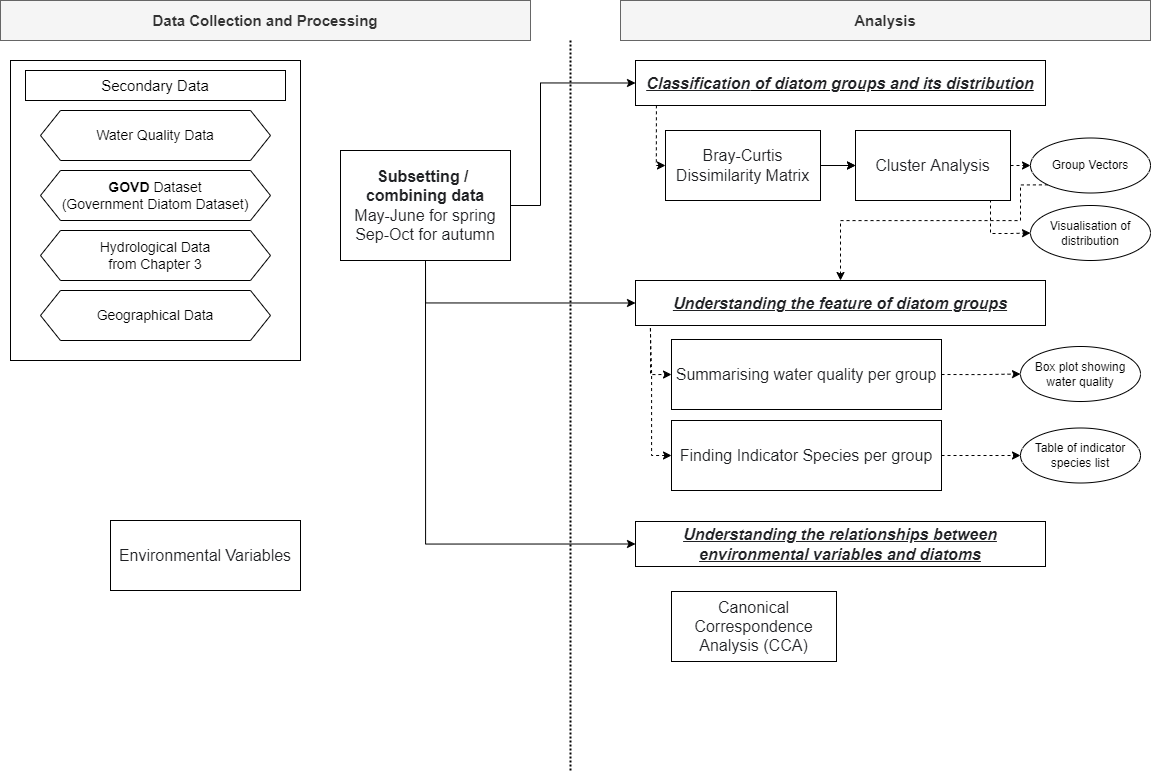
Earlier version of the draw.io export Chapter6_Flowchart.png (muyeoljung/PhD_Studyarea). Source tidied: cells renumbered, new cells last; positions are measured from the earlier drawing's top-left corner, leaving out a move shared by most shapes.
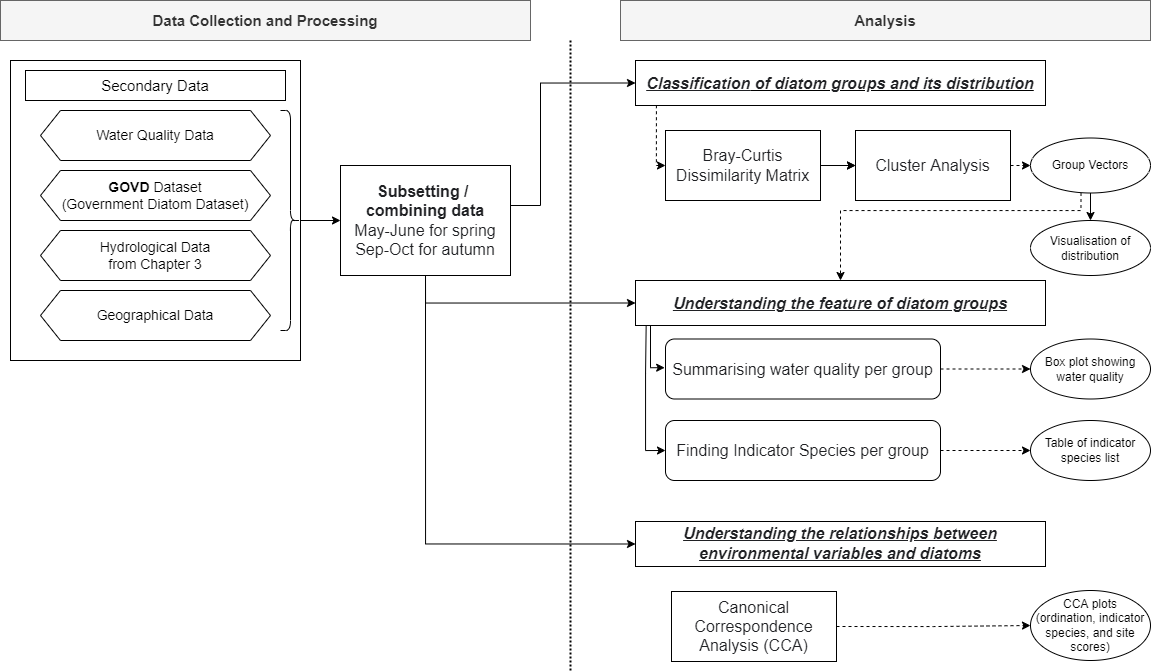
Later version of the same file.

Diff of the diagram source:
```diff
@@ -23,15 +23,6 @@
     <mxCell id="8" style="edgeStyle=orthogonalEdgeStyle;rounded=0;jettySize=auto;html=1;exitX=1;exitY=0.5;exitDx=0;exitDy=0;entryX=0;entryY=0.5;entryDx=0;entryDy=0;dashed=1;startArrow=none;startFill=0;endArrow=classic;endFill=1;" parent="1" edge="1" source="10" target="34">
       <mxGeometry relative="1" as="geometry" />
     </mxCell>
-    <mxCell id="9" style="edgeStyle=orthogonalEdgeStyle;rounded=0;jettySize=auto;html=1;exitX=1;exitY=0.5;exitDx=0;exitDy=0;entryX=0;entryY=0.5;entryDx=0;entryDy=0;dashed=1;startArrow=none;startFill=0;endArrow=classic;endFill=1;" parent="1" edge="1" source="10" target="35">
-      <mxGeometry relative="1" as="geometry">
-        <Array as="points">
-          <mxPoint x="990" y="165" />
-          <mxPoint x="990" y="233" />
-          <mxPoint x="1010" y="233" />
-        </Array>
-      </mxGeometry>
-    </mxCell>
     <mxCell id="10" value="&lt;font color=&quot;#202124&quot; face=&quot;apple sd gothic neo, arial, sans-serif&quot;&gt;&lt;span style=&quot;font-size: 16px ; background-color: rgb(255 , 255 , 255)&quot;&gt;Cluster Analysis&lt;/span&gt;&lt;/font&gt;" style="rounded=0;whiteSpace=wrap;html=1;" parent="1" vertex="1">
       <mxGeometry x="855" y="130" width="155" height="70" as="geometry" />
     </mxCell>
@@ -39,8 +30,11 @@
       <mxGeometry width="530" height="40" as="geometry" />
     </mxCell>
     <mxCell id="12" style="line;strokeWidth=2;direction=south;html=1;dashed=1;dashPattern=1 1;" parent="1" vertex="1">
-      <mxGeometry x="565" y="40" width="10" height="730" as="geometry" />
+      <mxGeometry x="565" y="40" width="10" height="630" as="geometry" />
     </mxCell>
+    <mxCell id="38" style="edgeStyle=orthogonalEdgeStyle;rounded=0;jettySize=auto;html=1;exitX=1;exitY=0.5;exitDx=0;exitDy=0;entryX=0;entryY=0.5;entryDx=0;entryDy=0;dashed=1;startArrow=none;startFill=0;endArrow=classic;endFill=1;" parent="1" edge="1" source="13" target="41">
+      <mxGeometry relative="1" as="geometry" />
+    </mxCell>
     <mxCell id="13" value="&lt;font color=&quot;#202124&quot; face=&quot;apple sd gothic neo, arial, sans-serif&quot;&gt;&lt;span style=&quot;font-size: 16px ; background-color: rgb(255 , 255 , 255)&quot;&gt;Canonical Correspondence Analysis (CCA)&lt;/span&gt;&lt;/font&gt;" style="rounded=0;whiteSpace=wrap;html=1;align=center;" parent="1" vertex="1">
       <mxGeometry x="671" y="591" width="165" height="70" as="geometry" />
     </mxCell>
@@ -60,41 +54,15 @@
     <mxCell id="17" value="&lt;span style=&quot;color: rgb(32 , 33 , 36) ; font-family: &amp;#34;apple sd gothic neo&amp;#34; , &amp;#34;arial&amp;#34; , sans-serif ; font-size: 16px ; background-color: rgb(255 , 255 , 255)&quot;&gt;Bray-Curtis Dissimilarity Matrix&lt;/span&gt;" style="rounded=0;whiteSpace=wrap;html=1;" parent="1" vertex="1">
       <mxGeometry x="665" y="130" width="155" height="70" as="geometry" />
     </mxCell>
-    <mxCell id="18" value="&lt;font color=&quot;#202124&quot; face=&quot;apple sd gothic neo, arial, sans-serif&quot;&gt;&lt;span style=&quot;background-color: rgb(255 , 255 , 255)&quot;&gt;&lt;span style=&quot;font-size: 16px&quot;&gt;Environmental&amp;nbsp;Variables&lt;/span&gt;&lt;/span&gt;&lt;/font&gt;" style="rounded=0;whiteSpace=wrap;html=1;" parent="1" vertex="1">
-      <mxGeometry x="110" y="520" width="190" height="70" as="geometry" />
-    </mxCell>
     <mxCell id="19" value="&lt;font color=&quot;#202124&quot; face=&quot;apple sd gothic neo, arial, sans-serif&quot;&gt;&lt;span style=&quot;font-size: 16px&quot;&gt;Classification&lt;/span&gt;&lt;/font&gt;&lt;span style=&quot;background-color: rgb(255 , 255 , 255) ; font-size: 16px ; color: rgb(32 , 33 , 36) ; font-family: &amp;quot;apple sd gothic neo&amp;quot; , &amp;quot;arial&amp;quot; , sans-serif&quot;&gt;&amp;nbsp;of diatom groups and its distribution&lt;/span&gt;&lt;font color=&quot;#202124&quot; face=&quot;apple sd gothic neo, arial, sans-serif&quot;&gt;&lt;span style=&quot;font-size: 16px&quot;&gt;&lt;br&gt;&lt;/span&gt;&lt;/font&gt;" style="rounded=0;whiteSpace=wrap;html=1;align=center;fontStyle=7;" parent="1" vertex="1">
       <mxGeometry x="635" y="60" width="410" height="45" as="geometry" />
     </mxCell>
-    <mxCell id="20" style="edgeStyle=orthogonalEdgeStyle;rounded=0;jettySize=auto;html=1;exitX=0;exitY=1;exitDx=0;exitDy=0;entryX=0;entryY=0.5;entryDx=0;entryDy=0;dashed=1;" parent="1" edge="1" source="21" target="24">
-      <mxGeometry relative="1" as="geometry">
-        <Array as="points">
-          <mxPoint x="650" y="325" />
-          <mxPoint x="650" y="374" />
-        </Array>
-      </mxGeometry>
-    </mxCell>
     <mxCell id="21" value="&lt;font color=&quot;#202124&quot; face=&quot;apple sd gothic neo, arial, sans-serif&quot;&gt;&lt;span style=&quot;font-size: 16px&quot;&gt;Understanding the feature of diatom groups&lt;br&gt;&lt;/span&gt;&lt;/font&gt;" style="rounded=0;whiteSpace=wrap;html=1;align=center;fontStyle=7;" parent="1" vertex="1">
       <mxGeometry x="635" y="280" width="410" height="45" as="geometry" />
     </mxCell>
     <mxCell id="22" value="&lt;font color=&quot;#202124&quot; face=&quot;apple sd gothic neo, arial, sans-serif&quot;&gt;&lt;span style=&quot;font-size: 16px&quot;&gt;Understanding the relationships between environmental&amp;nbsp;variables and diatoms&lt;/span&gt;&lt;br&gt;&lt;/font&gt;" style="rounded=0;whiteSpace=wrap;html=1;align=center;fontStyle=7;" parent="1" vertex="1">
       <mxGeometry x="635" y="521" width="410" height="45" as="geometry" />
     </mxCell>
-    <mxCell id="23" style="edgeStyle=orthogonalEdgeStyle;rounded=0;jettySize=auto;html=1;exitX=1;exitY=0.5;exitDx=0;exitDy=0;dashed=1;startArrow=none;startFill=0;endArrow=classic;endFill=1;entryX=0;entryY=0.5;entryDx=0;entryDy=0;" parent="1" edge="1" source="24" target="37">
-      <mxGeometry relative="1" as="geometry" />
-    </mxCell>
-    <mxCell id="24" value="&lt;div&gt;&lt;font color=&quot;#202124&quot; face=&quot;apple sd gothic neo, arial, sans-serif&quot;&gt;&lt;span style=&quot;font-size: 16px ; background-color: rgb(255 , 255 , 255)&quot;&gt;Summarising water quality per group&lt;/span&gt;&lt;/font&gt;&lt;/div&gt;" style="rounded=0;whiteSpace=wrap;html=1;align=center;" parent="1" vertex="1">
-      <mxGeometry x="671" y="339" width="270" height="70" as="geometry" />
-    </mxCell>
-    <mxCell id="25" style="edgeStyle=orthogonalEdgeStyle;rounded=0;jettySize=auto;html=1;exitX=0;exitY=0.5;exitDx=0;exitDy=0;entryX=0.036;entryY=0.995;entryDx=0;entryDy=0;entryPerimeter=0;dashed=1;startArrow=classic;startFill=1;endArrow=none;endFill=0;" parent="1" edge="1" source="27" target="21">
-      <mxGeometry relative="1" as="geometry" />
-    </mxCell>
-    <mxCell id="26" style="edgeStyle=orthogonalEdgeStyle;rounded=0;jettySize=auto;html=1;exitX=1;exitY=0.5;exitDx=0;exitDy=0;entryX=0;entryY=0.5;entryDx=0;entryDy=0;dashed=1;startArrow=none;startFill=0;endArrow=classic;endFill=1;" parent="1" edge="1" source="27" target="36">
-      <mxGeometry relative="1" as="geometry" />
-    </mxCell>
-    <mxCell id="27" value="&lt;div&gt;&lt;font color=&quot;#202124&quot; face=&quot;apple sd gothic neo, arial, sans-serif&quot;&gt;&lt;span style=&quot;font-size: 16px ; background-color: rgb(255 , 255 , 255)&quot;&gt;Finding Indicator Species per group&lt;/span&gt;&lt;/font&gt;&lt;/div&gt;" style="rounded=0;whiteSpace=wrap;html=1;align=center;" parent="1" vertex="1">
-      <mxGeometry x="671" y="420" width="270" height="70" as="geometry" />
-    </mxCell>
     <mxCell id="28" style="edgeStyle=orthogonalEdgeStyle;rounded=0;jettySize=auto;html=1;exitX=0.5;exitY=1;exitDx=0;exitDy=0;entryX=0;entryY=0.5;entryDx=0;entryDy=0;" parent="1" edge="1" source="31" target="22">
       <mxGeometry relative="1" as="geometry" />
     </mxCell>
@@ -110,31 +78,65 @@
       </mxGeometry>
     </mxCell>
     <mxCell id="31" value="&lt;font color=&quot;#202124&quot; face=&quot;apple sd gothic neo, arial, sans-serif&quot;&gt;&lt;span style=&quot;background-color: rgb(255 , 255 , 255)&quot;&gt;&lt;span style=&quot;font-size: 16px&quot;&gt;&lt;b&gt;Subsetting /&amp;nbsp;&lt;br&gt;combining data&lt;/b&gt;&lt;br&gt;May-June for spring&lt;br&gt;Sep-Oct for autumn&lt;br&gt;&lt;/span&gt;&lt;/span&gt;&lt;/font&gt;" style="rounded=0;whiteSpace=wrap;html=1;" parent="1" vertex="1">
-      <mxGeometry x="340" y="150" width="170" height="110" as="geometry" />
+      <mxGeometry x="340" y="165" width="170" height="110" as="geometry" />
     </mxCell>
     <mxCell id="32" value="&lt;font style=&quot;font-size: 14px&quot;&gt;Geographical Data&lt;/font&gt;" style="shape=hexagon;perimeter=hexagonPerimeter2;whiteSpace=wrap;html=1;fixedSize=1;" parent="1" vertex="1">
       <mxGeometry x="40" y="290" width="230" height="50" as="geometry" />
     </mxCell>
-    <mxCell id="33" style="edgeStyle=orthogonalEdgeStyle;rounded=0;jettySize=auto;html=1;exitX=0;exitY=1;exitDx=0;exitDy=0;entryX=0.5;entryY=0;entryDx=0;entryDy=0;dashed=1;startArrow=none;startFill=0;endArrow=classic;endFill=1;" parent="1" edge="1" source="34" target="21">
+    <mxCell id="33" style="edgeStyle=orthogonalEdgeStyle;rounded=0;jettySize=auto;html=1;exitX=0.421;exitY=1;exitDx=0;exitDy=0;entryX=0.5;entryY=0;entryDx=0;entryDy=0;dashed=1;startArrow=none;startFill=0;endArrow=classic;endFill=1;exitPerimeter=0;" parent="1" edge="1" source="34" target="21">
       <mxGeometry relative="1" as="geometry">
         <Array as="points">
-          <mxPoint x="1020" y="184" />
-          <mxPoint x="1020" y="220" />
-          <mxPoint x="840" y="220" />
+          <mxPoint x="1080" y="210" />
+          <mxPoint x="840" y="210" />
         </Array>
       </mxGeometry>
     </mxCell>
+    <mxCell id="39" style="edgeStyle=orthogonalEdgeStyle;rounded=0;jettySize=auto;html=1;exitX=0.5;exitY=1;exitDx=0;exitDy=0;entryX=0.5;entryY=0;entryDx=0;entryDy=0;" parent="1" edge="1" source="34" target="35">
+      <mxGeometry relative="1" as="geometry" />
+    </mxCell>
     <mxCell id="34" value="Group Vectors" style="ellipse;whiteSpace=wrap;html=1;" parent="1" vertex="1">
       <mxGeometry x="1030" y="137.5" width="120" height="55" as="geometry" />
     </mxCell>
     <mxCell id="35" value="Visualisation of distribution" style="ellipse;whiteSpace=wrap;html=1;" parent="1" vertex="1">
-      <mxGeometry x="1030" y="205" width="120" height="55" as="geometry" />
+      <mxGeometry x="1030" y="220" width="120" height="55" as="geometry" />
     </mxCell>
     <mxCell id="36" value="Table of indicator species list" style="ellipse;whiteSpace=wrap;html=1;" parent="1" vertex="1">
-      <mxGeometry x="1020" y="427.5" width="120" height="55" as="geometry" />
+      <mxGeometry x="1030" y="420" width="120" height="60" as="geometry" />
     </mxCell>
     <mxCell id="37" value="Box plot showing water quality" style="ellipse;whiteSpace=wrap;html=1;" parent="1" vertex="1">
-      <mxGeometry x="1020" y="346" width="120" height="55" as="geometry" />
+      <mxGeometry x="1030" y="338.5" width="120" height="60" as="geometry" />
     </mxCell>
+    <mxCell id="25" style="edgeStyle=orthogonalEdgeStyle;rounded=0;jettySize=auto;html=1;exitX=0;exitY=0.5;exitDx=0;exitDy=0;entryX=0.026;entryY=0.995;entryDx=0;entryDy=0;entryPerimeter=0;startArrow=classic;startFill=1;endArrow=none;endFill=0;" parent="1" edge="1" source="27" target="21">
+      <mxGeometry relative="1" as="geometry" />
+    </mxCell>
+    <mxCell id="26" style="edgeStyle=orthogonalEdgeStyle;rounded=0;jettySize=auto;html=1;exitX=1;exitY=0.5;exitDx=0;exitDy=0;entryX=0;entryY=0.5;entryDx=0;entryDy=0;dashed=1;startArrow=none;startFill=0;endArrow=classic;endFill=1;" parent="1" edge="1" source="27" target="36">
+      <mxGeometry relative="1" as="geometry" />
+    </mxCell>
+    <mxCell id="27" value="&lt;span style=&quot;color: rgb(32 , 33 , 36) ; font-family: &amp;#34;apple sd gothic neo&amp;#34; , &amp;#34;arial&amp;#34; , sans-serif ; font-size: 16px ; background-color: rgb(255 , 255 , 255)&quot;&gt;Finding Indicator Species per group&lt;/span&gt;" style="rounded=1;whiteSpace=wrap;html=1;" parent="1" vertex="1">
+      <mxGeometry x="665" y="420" width="275" height="60" as="geometry" />
+    </mxCell>
+    <mxCell id="40" style="edgeStyle=orthogonalEdgeStyle;rounded=0;jettySize=auto;html=1;startArrow=classic;startFill=1;endArrow=none;endFill=0;exitX=-0.003;exitY=0.478;exitDx=0;exitDy=0;exitPerimeter=0;" parent="1" edge="1" source="24">
+      <mxGeometry relative="1" as="geometry">
+        <mxPoint x="650" y="325" as="targetPoint" />
+        <Array as="points">
+          <mxPoint x="650" y="367" />
+        </Array>
+      </mxGeometry>
+    </mxCell>
+    <mxCell id="23" style="edgeStyle=orthogonalEdgeStyle;rounded=0;jettySize=auto;html=1;exitX=1;exitY=0.5;exitDx=0;exitDy=0;entryX=0;entryY=0.5;entryDx=0;entryDy=0;startArrow=none;startFill=0;endArrow=classic;endFill=1;dashed=1;" parent="1" edge="1" source="24" target="37">
+      <mxGeometry relative="1" as="geometry" />
+    </mxCell>
+    <mxCell id="24" value="&lt;span style=&quot;color: rgb(32 , 33 , 36) ; font-family: &amp;#34;apple sd gothic neo&amp;#34; , &amp;#34;arial&amp;#34; , sans-serif ; font-size: 16px ; background-color: rgb(255 , 255 , 255)&quot;&gt;Summarising water quality per group&lt;/span&gt;" style="rounded=1;whiteSpace=wrap;html=1;" parent="1" vertex="1">
+      <mxGeometry x="665" y="338.5" width="275" height="60" as="geometry" />
+    </mxCell>
+    <mxCell id="41" value="CCA plots&lt;br&gt;(ordination, indicator species, and site scores)" style="ellipse;whiteSpace=wrap;html=1;" parent="1" vertex="1">
+      <mxGeometry x="1030" y="590" width="120" height="70" as="geometry" />
+    </mxCell>
+    <mxCell id="42" style="edgeStyle=orthogonalEdgeStyle;rounded=0;jettySize=auto;html=1;entryX=0;entryY=0.5;entryDx=0;entryDy=0;startArrow=none;startFill=0;endArrow=classic;endFill=1;" parent="1" edge="1" source="43" target="31">
+      <mxGeometry relative="1" as="geometry" />
+    </mxCell>
+    <mxCell id="43" style="shape=curlyBracket;whiteSpace=wrap;html=1;rounded=1;flipH=1;" parent="1" vertex="1">
+      <mxGeometry x="280" y="110" width="20" height="220" as="geometry" />
+    </mxCell>
   </root>
 </mxGraphModel>
```
